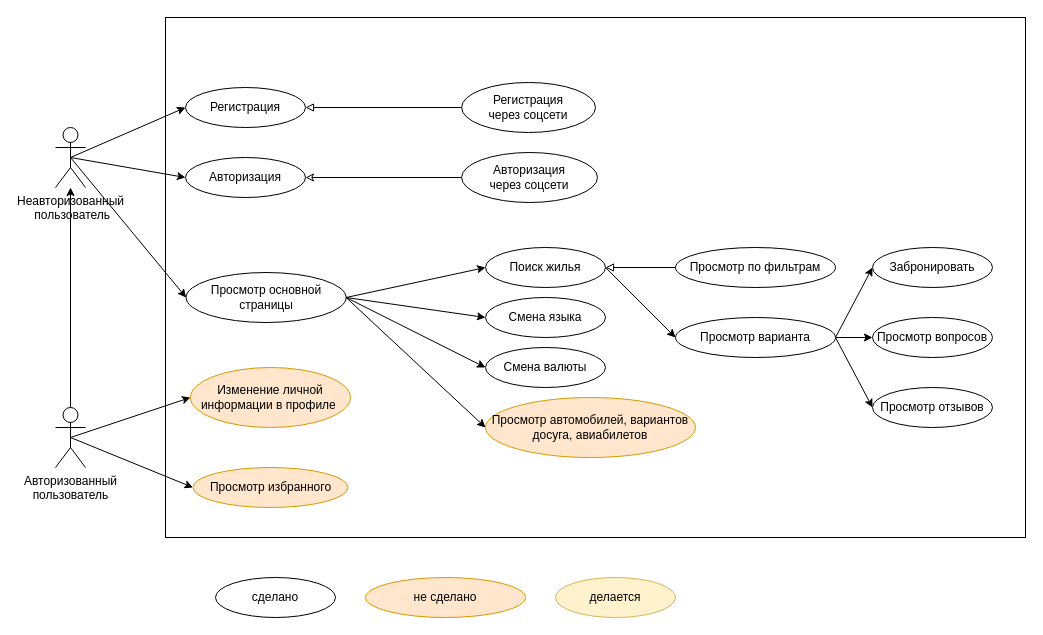
Before: uml.drawio in david-d25/testing-labwork3, a draw.io diagram. Source tidied: cells renumbered, new cells numbered last; positions are measured from the earlier drawing's top-left corner, leaving out a move shared by most shapes. Both pictures are drawn from the tidied source at 100%, with x=0, y=0 at pixel (55, 17).
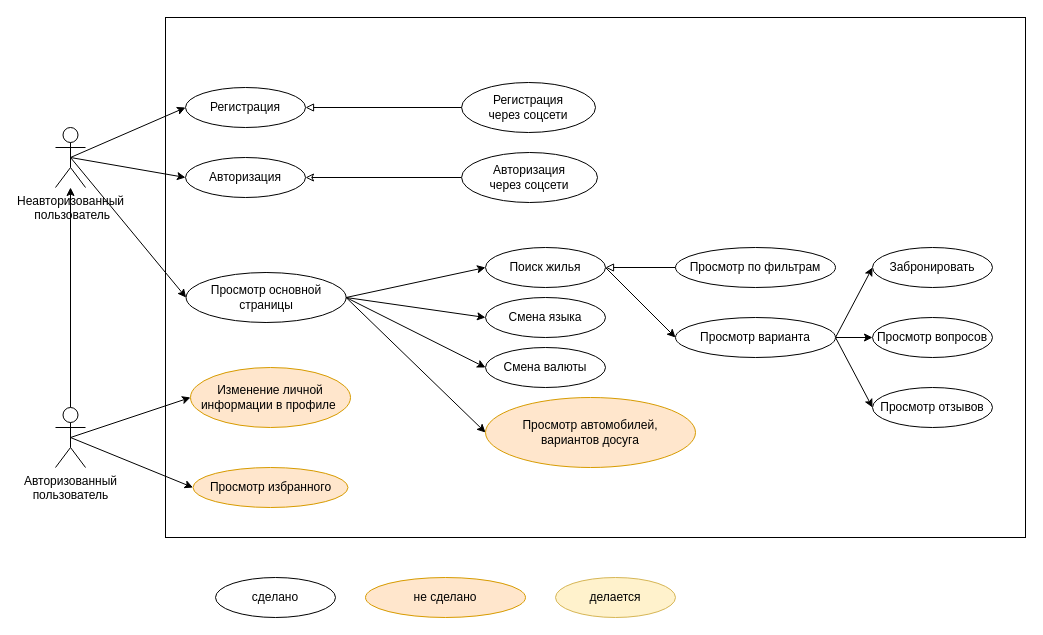
The same diagram, later.

The edit, as a diff of the source:
```diff
@@
-    <mxCell id="30" value="Просмотр автомобилей, вариантов досуга, авиабилетов" style="ellipse;whiteSpace=wrap;html=1;fillColor=#ffe6cc;strokeColor=#d79b00;" parent="1" vertex="1">
-      <mxGeometry x="430" y="380" width="210" height="60" as="geometry" />
+    <mxCell id="30" value="Просмотр автомобилей,&lt;br&gt;вариантов досуга" style="ellipse;whiteSpace=wrap;html=1;fillColor=#ffe6cc;strokeColor=#d79b00;" parent="1" vertex="1">
+      <mxGeometry x="430" y="380" width="210" height="70" as="geometry" />
     </mxCell>
```
